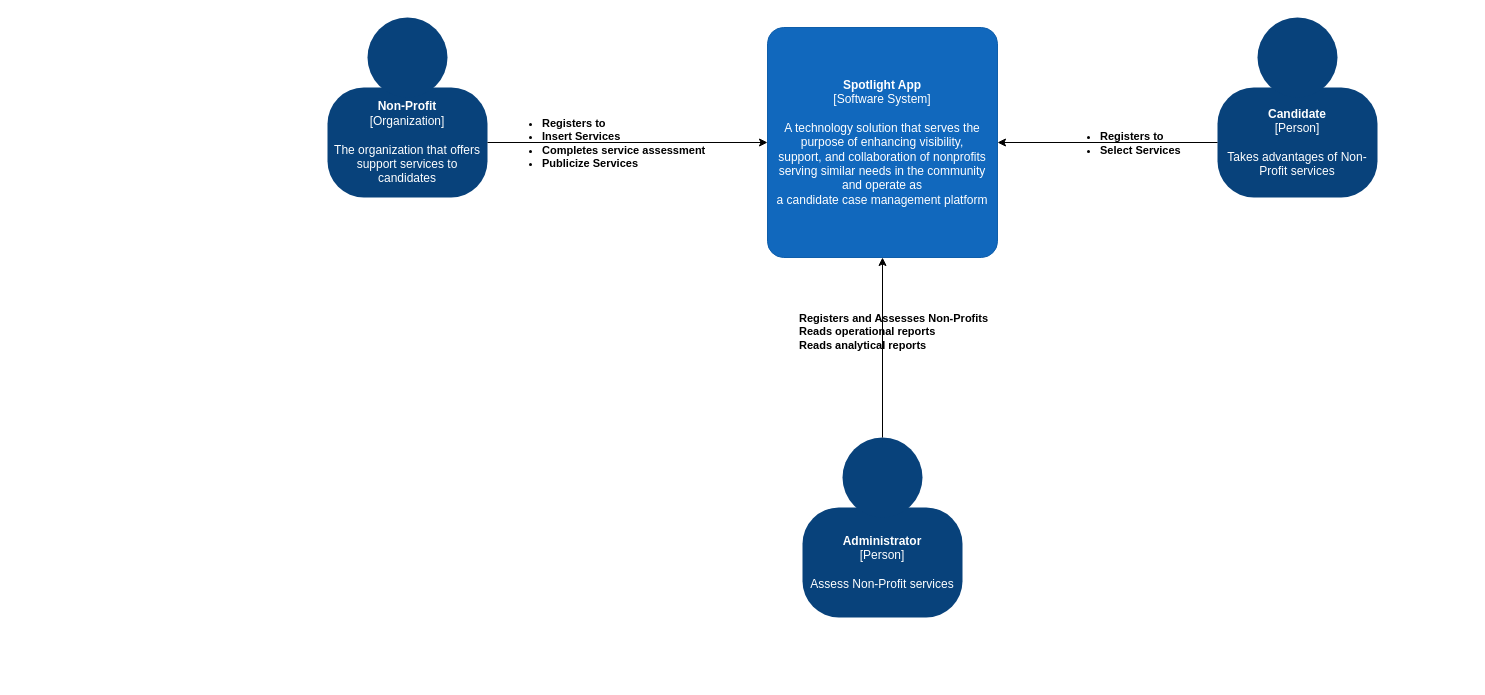
The draw.io diagram diagrams/ContextDiagram.drawio in Katalyst-2022/katas-2022, before the edit. Source tidied: cells renumbered, new cells numbered last; positions are measured from the earlier drawing's top-left corner, leaving out a move shared by most shapes. Both pictures are drawn from the tidied source at 100%, with x=0, y=0 at pixel (327, 17).
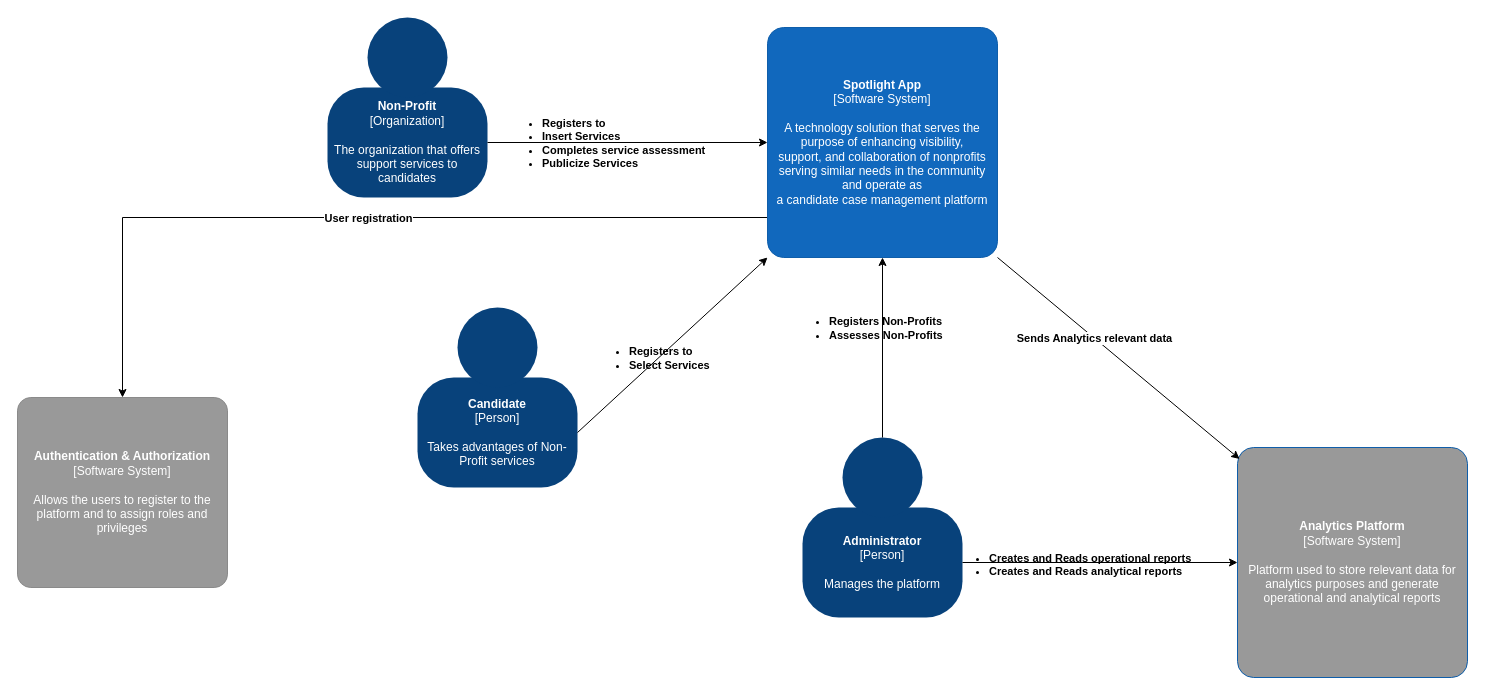
After the change.

Unchanged cells that the change refers to:
```xml
<mxCell id="6" value="&lt;b&gt;Candidate&lt;/b&gt;&lt;div&gt;[Person]&lt;/div&gt;&lt;div&gt;&lt;br&gt;&lt;/div&gt;&lt;div&gt;Takes advantages of Non-Profit services&lt;/div&gt;" style="rounded=1;whiteSpace=wrap;html=1;labelBackgroundColor=none;fillColor=#08427b;fontColor=#ffffff;align=center;arcSize=33;strokeColor=3c7fc0;" parent="5" vertex="1">
  <mxGeometry y="70" width="160" height="110" as="geometry" />
</mxCell>
<mxCell id="8" style="group;rounded=0;labelBackgroundColor=none;fillColor=none;fontColor=#ffffff;align=center;html=1;" parent="1" vertex="1">
  <mxGeometry x="475" y="420" width="160" height="180" as="geometry" />
</mxCell>
<mxCell id="10" style="ellipse;whiteSpace=wrap;html=1;rounded=0;labelBackgroundColor=none;fillColor=#08427b;fontSize=12;fontColor=#ffffff;align=center;strokeColor=3c7fc0;" parent="8" vertex="1">
  <mxGeometry x="40" width="80" height="80" as="geometry" />
</mxCell>
<mxCell id="11" value="&lt;b&gt;Spotlight App&lt;/b&gt;&lt;div&gt;[Software System]&lt;/div&gt;&lt;div&gt;&lt;br&gt;&lt;/div&gt;&lt;div&gt;&lt;div&gt;A technology solution that serves the purpose of enhancing visibility,&lt;/div&gt;&lt;div&gt;support, and collaboration of nonprofits serving similar needs in the community and operate as&lt;/div&gt;&lt;div&gt;a candidate case management platform&lt;/div&gt;&lt;/div&gt;" style="rounded=1;whiteSpace=wrap;html=1;labelBackgroundColor=none;fillColor=#1168bd;fontColor=#ffffff;align=center;arcSize=7;strokeColor=#0f5eaa;" parent="1" vertex="1">
  <mxGeometry x="440" y="10" width="230" height="230" as="geometry" />
</mxCell>
```

Diff of the diagram source:
```diff
@@
     <mxCell id="5" style="group;rounded=0;labelBackgroundColor=none;fillColor=none;fontColor=#ffffff;align=center;html=1;" parent="1" vertex="1">
-      <mxGeometry x="890" width="160" height="180" as="geometry" />
+      <mxGeometry x="90" y="290" width="160" height="180" as="geometry" />
     </mxCell>
@@
-    <mxCell id="9" value="&lt;b&gt;Administrator&lt;/b&gt;&lt;div&gt;[Person]&lt;/div&gt;&lt;div&gt;&lt;br&gt;&lt;/div&gt;&lt;div&gt;Assess Non-Profit services&lt;/div&gt;" style="rounded=1;whiteSpace=wrap;html=1;labelBackgroundColor=none;fillColor=#08427b;fontColor=#ffffff;align=center;arcSize=33;strokeColor=3c7fc0;" parent="8" vertex="1">
+    <mxCell id="9" value="&lt;b&gt;Administrator&lt;/b&gt;&lt;div&gt;[Person]&lt;/div&gt;&lt;div&gt;&lt;br&gt;&lt;/div&gt;&lt;div&gt;Manages the platform&lt;/div&gt;" style="rounded=1;whiteSpace=wrap;html=1;labelBackgroundColor=none;fillColor=#08427b;fontColor=#ffffff;align=center;arcSize=33;strokeColor=3c7fc0;" parent="8" vertex="1">
       <mxGeometry y="70" width="160" height="110" as="geometry" />
     </mxCell>
@@
+    <mxCell id="18" style="edgeStyle=orthogonalEdgeStyle;rounded=0;jettySize=auto;html=1;exitX=0;exitY=0.75;exitDx=0;exitDy=0;" parent="1" edge="1" source="11" target="27">
+      <mxGeometry relative="1" as="geometry">
+        <Array as="points">
+          <mxPoint x="440" y="200" />
+          <mxPoint x="-205" y="200" />
+        </Array>
+      </mxGeometry>
+    </mxCell>
+    <mxCell id="19" value="User registration" style="edgeLabel;html=1;align=center;verticalAlign=middle;fontStyle=1;" parent="18" vertex="1">
+      <mxGeometry x="-0.01" relative="1" as="geometry" />
+    </mxCell>
@@
-    <mxCell id="14" style="edgeStyle=orthogonalEdgeStyle;rounded=0;jettySize=auto;html=1;" parent="1" edge="1" source="6" target="11">
-      <mxGeometry relative="1" as="geometry" />
-    </mxCell>
+    <mxCell id="16" style="edgeStyle=orthogonalEdgeStyle;rounded=0;jettySize=auto;html=1;entryX=0.5;entryY=1;entryDx=0;entryDy=0;fontColor=#000000;" parent="1" edge="1" source="10" target="11">
+      <mxGeometry relative="1" as="geometry" />
+    </mxCell>
+    <mxCell id="20" value="&lt;ul&gt;&lt;li&gt;&lt;span&gt;Registers Non-Profits&lt;/span&gt;&lt;br&gt;&lt;/li&gt;&lt;li&gt;Assesses Non-Profits&lt;/li&gt;&lt;/ul&gt;" style="edgeLabel;html=1;align=left;verticalAlign=middle;labelBackgroundColor=none;fontStyle=1;" parent="1" vertex="1">
+      <mxGeometry x="460" y="310" as="geometry" />
+    </mxCell>
+    <mxCell id="21" value="&lt;b&gt;Analytics Platform&lt;/b&gt;&lt;div&gt;[Software System]&lt;/div&gt;&lt;div&gt;&lt;br&gt;&lt;/div&gt;&lt;div&gt;&lt;div&gt;Platform used to store relevant data for analytics purposes and generate operational and analytical reports&lt;/div&gt;&lt;/div&gt;" style="rounded=1;whiteSpace=wrap;html=1;labelBackgroundColor=none;fillColor=#999999;fontColor=#ffffff;align=center;arcSize=7;strokeColor=#0f5eaa;" parent="1" vertex="1">
+      <mxGeometry x="910" y="430" width="230" height="230" as="geometry" />
+    </mxCell>
+    <mxCell id="22" style="endArrow=classic;html=1;rounded=0;exitX=1;exitY=1;exitDx=0;exitDy=0;entryX=0.009;entryY=0.05;entryDx=0;entryDy=0;entryPerimeter=0;" parent="1" edge="1" source="11" target="21">
+      <mxGeometry relative="1" as="geometry" />
+    </mxCell>
+    <mxCell id="23" value="Sends Analytics relevant data" style="edgeLabel;html=1;align=center;verticalAlign=middle;fontStyle=1;" parent="22" vertex="1">
+      <mxGeometry x="-0.2" relative="1" as="geometry" />
+    </mxCell>
+    <mxCell id="24" style="edgeStyle=orthogonalEdgeStyle;rounded=0;jettySize=auto;html=1;" parent="1" edge="1" source="9" target="21">
+      <mxGeometry relative="1" as="geometry" />
+    </mxCell>
+    <mxCell id="25" value="&lt;div&gt;&lt;br&gt;&lt;/div&gt;&lt;ul&gt;&lt;li&gt;Creates and Reads operational reports&lt;/li&gt;&lt;li&gt;Creates and Reads analytical reports&lt;/li&gt;&lt;/ul&gt;" style="edgeLabel;html=1;align=left;verticalAlign=middle;labelBackgroundColor=none;fontStyle=1;" parent="1" vertex="1">
+      <mxGeometry x="620" y="540" as="geometry" />
+    </mxCell>
+    <mxCell id="26" style="endArrow=classic;html=1;rounded=0;entryX=0;entryY=1;entryDx=0;entryDy=0;" parent="1" edge="1" target="11">
+      <mxGeometry relative="1" as="geometry">
+        <mxPoint x="250" y="415" as="sourcePoint" />
+      </mxGeometry>
+    </mxCell>
-    <mxCell id="15" value="&lt;ul&gt;&lt;li&gt;Registers to&lt;/li&gt;&lt;li&gt;Select Services&lt;/li&gt;&lt;/ul&gt;" style="edgeLabel;html=1;align=left;verticalAlign=middle;labelBackgroundColor=none;fontStyle=1;" parent="14" vertex="1">
-      <mxGeometry x="0.15" y="-2" relative="1" as="geometry">
-        <mxPoint x="-33" y="2" as="offset" />
-      </mxGeometry>
+    <mxCell id="15" value="&lt;ul&gt;&lt;li&gt;Registers to&lt;/li&gt;&lt;li&gt;Select Services&lt;/li&gt;&lt;/ul&gt;" style="edgeLabel;html=1;align=left;verticalAlign=middle;labelBackgroundColor=none;fontStyle=1;" parent="1" vertex="1">
+      <mxGeometry x="260" y="340" as="geometry" />
     </mxCell>
-    <mxCell id="16" style="edgeStyle=orthogonalEdgeStyle;rounded=0;jettySize=auto;html=1;entryX=0.5;entryY=1;entryDx=0;entryDy=0;fontColor=#000000;" parent="1" edge="1" source="10" target="11">
-      <mxGeometry relative="1" as="geometry" />
-    </mxCell>
-    <mxCell id="17" value="&lt;b&gt;&lt;span style=&quot;&quot;&gt;Registers and Assesses Non-Profits&lt;br&gt;&lt;/span&gt;Reads&amp;nbsp;operational reports&lt;br&gt;Reads&amp;nbsp;analytical reports&lt;/b&gt;&lt;br&gt;&lt;font color=&quot;#ffffff&quot;&gt;&lt;br&gt;&lt;/font&gt;" style="edgeLabel;html=1;align=left;verticalAlign=middle;fontColor=#000000;labelBackgroundColor=none;" parent="16" vertex="1">
-      <mxGeometry x="0.22" y="-2" relative="1" as="geometry">
-        <mxPoint x="-87" y="10" as="offset" />
-      </mxGeometry>
-    </mxCell>
+    <mxCell id="27" value="&lt;b&gt;Authentication &amp;amp; Authorization&lt;/b&gt;&lt;div&gt;[Software System]&lt;/div&gt;&lt;div&gt;&lt;br&gt;&lt;/div&gt;&lt;div&gt;Allows the users to register to the platform and to assign roles and privileges&lt;/div&gt;" style="rounded=1;whiteSpace=wrap;html=1;labelBackgroundColor=none;fillColor=#999999;fontColor=#ffffff;align=center;arcSize=7;strokeColor=#8a8a8a;" parent="1" vertex="1">
+      <mxGeometry x="-310" y="380" width="210" height="190" as="geometry" />
+    </mxCell>
```
